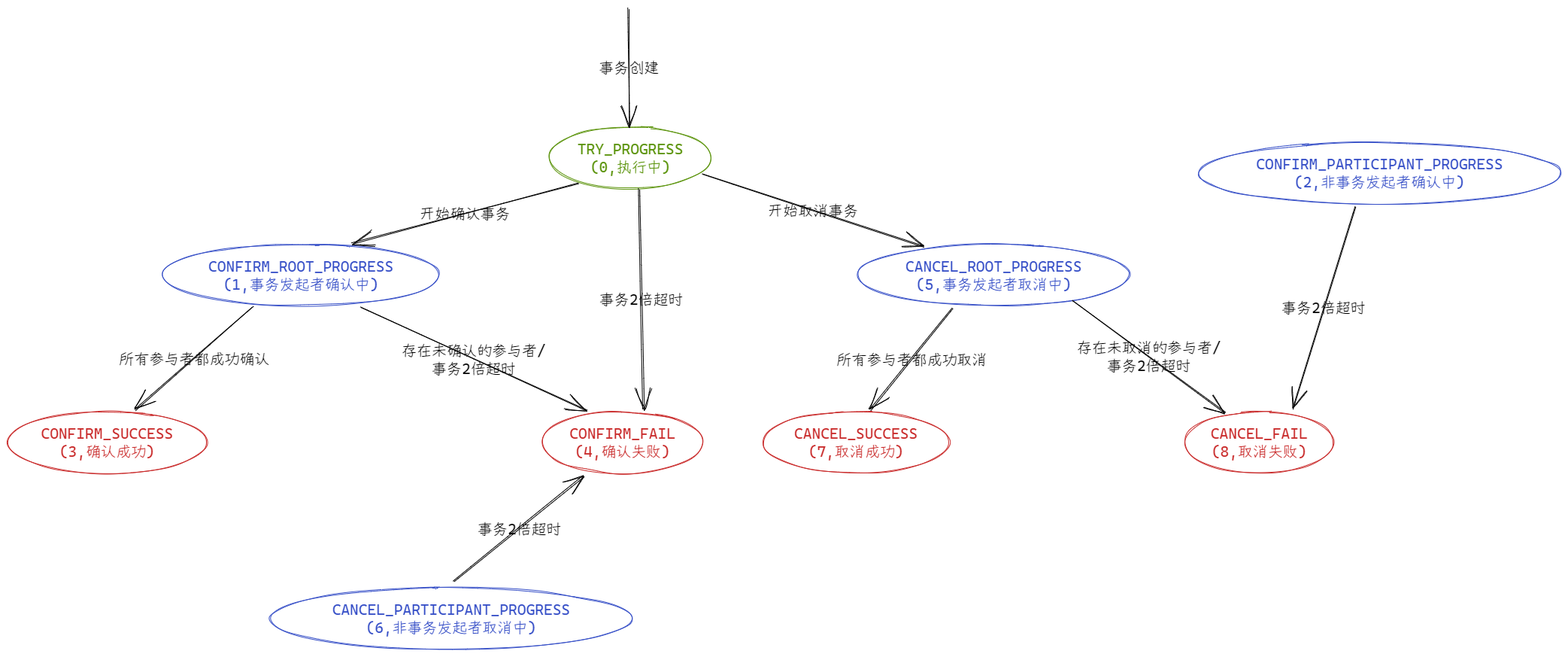
XujinCoding/Excalidraw keeps this Excalidraw diagram as starboss/分布式事务/5. 分布式事务状态流转图.excalidraw.png. Above is the earlier version. Source tidied: one line per element, renumbered; positions are measured from the earlier drawing's top-left corner, leaving out a move shared by most shapes.
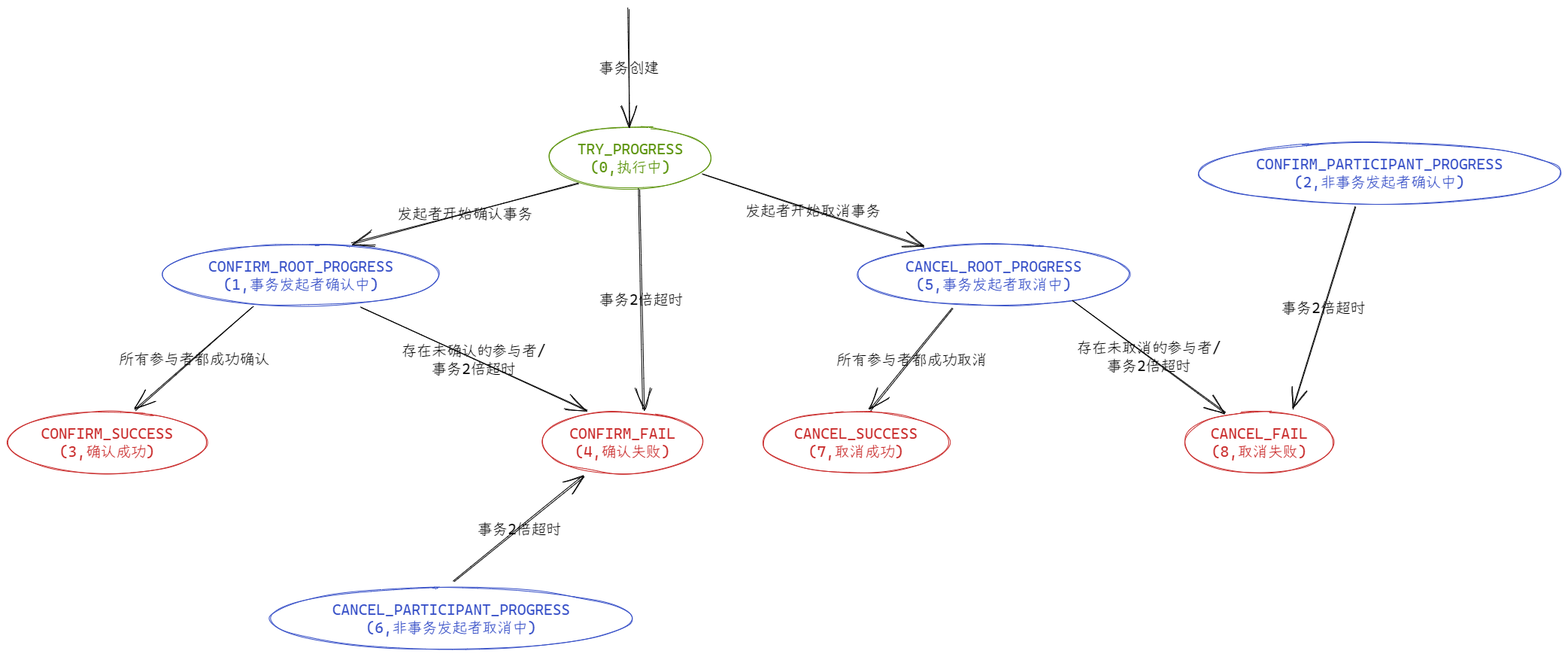
Above is the later version.

Diff of the diagram source:
```diff
@@ -19,11 +19,11 @@
 {"id": 18, "type": "arrow", "strokeColor": "#000000", "strokeWidth": 1, "roughness": 1, "endArrowhead": "arrow", "round": true, "x": 825, "y": 0, "width": 1, "height": 159, "points": [[0, 0], [1, 159]]}
 {"id": 19, "type": "text", "text": "事务创建", "strokeColor": "#000000", "strokeWidth": 1, "roughness": 1, "fontSize": 20, "fontFamily": 3, "textAlign": "center", "verticalAlign": "middle", "inside": 18, "x": 786, "y": 67, "width": 80, "height": 24}
 {"id": 20, "type": "arrow", "strokeColor": "#000000", "strokeWidth": 1, "roughness": 1, "endArrowhead": "arrow", "round": true, "from": 0, "to": 2, "x": 759, "y": 233, "width": 301, "height": 79, "points": [[0, 0], [-301, 79]]}
-{"id": 21, "type": "text", "text": "开始确认事务", "strokeColor": "#000000", "strokeWidth": 1, "roughness": 1, "fontSize": 20, "fontFamily": 3, "textAlign": "center", "verticalAlign": "middle", "inside": 20, "x": 549, "y": 261, "width": 120, "height": 24}
+{"id": 21, "type": "text", "text": "发起者开始确认事务", "strokeColor": "#000000", "strokeWidth": 1, "roughness": 1, "fontSize": 20, "fontFamily": 3, "textAlign": "center", "verticalAlign": "middle", "inside": 20, "x": 519, "y": 261, "width": 180, "height": 24}
 {"id": 22, "type": "arrow", "strokeColor": "#000000", "strokeWidth": 1, "roughness": 1, "endArrowhead": "arrow", "round": true, "from": 2, "to": 6, "x": 326, "y": 398, "width": 156, "height": 136, "points": [[0, 0], [-156, 136]]}
 {"id": 23, "type": "text", "text": "所有参与者都成功确认", "strokeColor": "#000000", "strokeWidth": 1, "roughness": 1, "fontSize": 20, "fontFamily": 3, "textAlign": "center", "verticalAlign": "middle", "inside": 22, "x": 148, "y": 454, "width": 200, "height": 24}
 {"id": 24, "type": "arrow", "strokeColor": "#000000", "strokeWidth": 1, "roughness": 1, "endArrowhead": "arrow", "round": true, "from": 0, "to": 10, "x": 924, "y": 220, "width": 295, "height": 97, "points": [[0, 0], [295, 97]]}
-{"id": 25, "type": "text", "text": "开始取消事务", "strokeColor": "#000000", "strokeWidth": 1, "roughness": 1, "fontSize": 20, "fontFamily": 3, "textAlign": "center", "verticalAlign": "middle", "inside": 24, "x": 1011, "y": 257, "width": 120, "height": 24}
+{"id": 25, "type": "text", "text": "发起者开始取消事务", "strokeColor": "#000000", "strokeWidth": 1, "roughness": 1, "fontSize": 20, "fontFamily": 3, "textAlign": "center", "verticalAlign": "middle", "inside": 24, "x": 981, "y": 257, "width": 180, "height": 24}
 {"id": 26, "type": "arrow", "strokeColor": "#000000", "strokeWidth": 1, "roughness": 1, "endArrowhead": "arrow", "round": true, "from": 2, "to": 8, "x": 469, "y": 397, "width": 301, "height": 138, "points": [[0, 0], [301, 138]]}
 {"id": 27, "type": "text", "text": "存在未确认的参与者/\n事务2倍超时", "strokeColor": "#000000", "strokeWidth": 1, "roughness": 1, "fontSize": 20, "fontFamily": 3, "textAlign": "center", "verticalAlign": "middle", "inside": 26, "x": 524, "y": 443, "width": 192, "height": 48}
 {"id": 28, "type": "arrow", "strokeColor": "#000000", "strokeWidth": 1, "roughness": 1, "endArrowhead": "arrow", "round": true, "from": 0, "to": 8, "x": 840, "y": 240, "width": 6, "height": 293, "points": [[0, 0], [6, 293]]}
```
